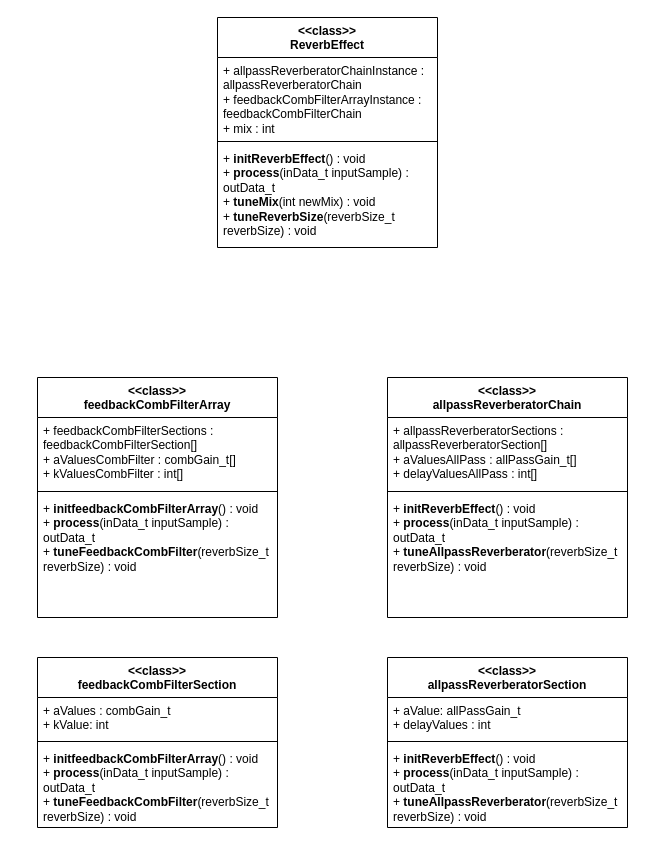
Earlier version of the draw.io diagram page "Class diagram" (2 of 3) of diagrams/REVERB.drawio (ClaesJensen/ERTS_Project_E24). Source tidied: cells renumbered, new cells numbered last; positions are measured from the earlier drawing's top-left corner, leaving out a move shared by most shapes. Both pictures are drawn from the tidied source at 100%, with x=0, y=0 at pixel (37, 17).
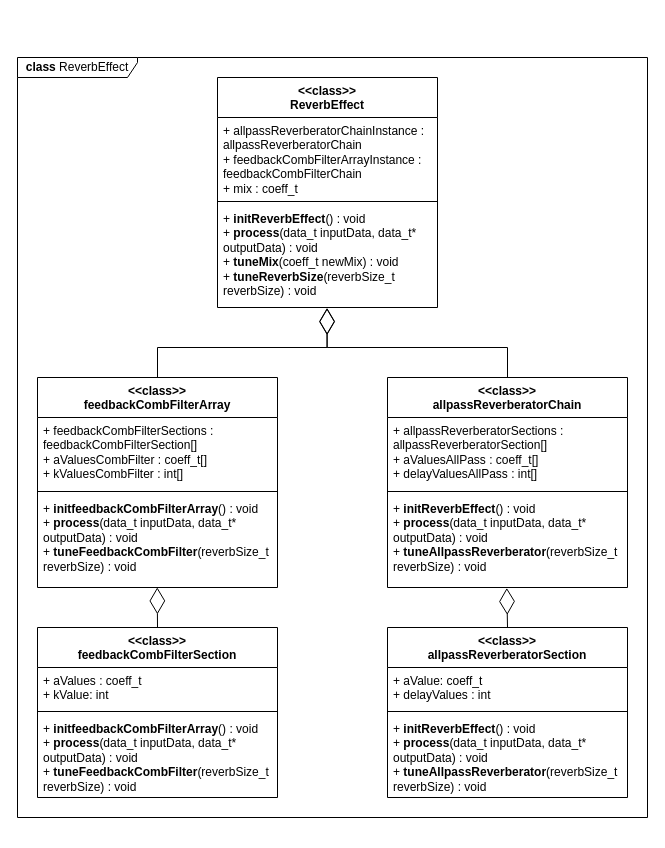
Above is the later version.

Commit message (it also covers changes not shown here):
newest reverb stuff

The edit, as a diff of the source:
```diff
@@
     <mxCell id="2" value="&amp;lt;&amp;lt;class&amp;gt;&amp;gt;&lt;br&gt;ReverbEffect" style="swimlane;fontStyle=1;align=center;verticalAlign=top;horizontal=1;startSize=40;whiteSpace=wrap;html=1;" parent="1" vertex="1">
-      <mxGeometry x="180" width="220" height="230" as="geometry" />
+      <mxGeometry x="180" y="60" width="220" height="230" as="geometry" />
     </mxCell>
-    <mxCell id="3" value="+ allpassReverberatorChainInstance : allpassReverberatorChain&lt;div&gt;+ feedbackCombFilterArrayInstance : feedbackCombFilterChain&lt;/div&gt;&lt;div&gt;+ mix : int&amp;nbsp;&lt;/div&gt;" style="text;strokeColor=none;fillColor=none;align=left;verticalAlign=top;spacingLeft=4;spacingRight=4;overflow=hidden;whiteSpace=wrap;html=1;" parent="2" vertex="1">
+    <mxCell id="3" value="+ allpassReverberatorChainInstance : allpassReverberatorChain&lt;div&gt;+ feedbackCombFilterArrayInstance : feedbackCombFilterChain&lt;/div&gt;&lt;div&gt;+ mix : coeff_t&amp;nbsp;&lt;/div&gt;" style="text;strokeColor=none;fillColor=none;align=left;verticalAlign=top;spacingLeft=4;spacingRight=4;overflow=hidden;whiteSpace=wrap;html=1;" parent="2" vertex="1">
       <mxGeometry y="40" width="220" height="80" as="geometry" />
     </mxCell>
@@
-    <mxCell id="5" value="+&amp;nbsp;&lt;b&gt;initReverbEffect&lt;/b&gt;() : void&lt;div&gt;+&amp;nbsp;&lt;b&gt;process&lt;/b&gt;(inData_t inputSample) : outData_t&lt;/div&gt;&lt;div&gt;+ &lt;b&gt;tuneMix&lt;/b&gt;(int newMix) : void&lt;/div&gt;&lt;div&gt;+ &lt;b&gt;tuneReverbSize&lt;/b&gt;(reverbSize_t reverbSize) : void&lt;/div&gt;" style="text;strokeColor=none;fillColor=none;align=left;verticalAlign=top;spacingLeft=4;spacingRight=4;overflow=hidden;points=[[0,0.5],[1,0.5]];portConstraint=eastwest;whiteSpace=wrap;html=1;" parent="2" vertex="1">
+    <mxCell id="5" value="+&amp;nbsp;&lt;b&gt;initReverbEffect&lt;/b&gt;() : void&lt;div&gt;+&amp;nbsp;&lt;b&gt;process&lt;/b&gt;(data_t inputData, data_t* outputData) : void&lt;/div&gt;&lt;div&gt;+ &lt;b&gt;tuneMix&lt;/b&gt;(coeff_t newMix) : void&lt;/div&gt;&lt;div&gt;+ &lt;b&gt;tuneReverbSize&lt;/b&gt;(reverbSize_t reverbSize) : void&lt;/div&gt;" style="text;strokeColor=none;fillColor=none;align=left;verticalAlign=top;spacingLeft=4;spacingRight=4;overflow=hidden;points=[[0,0.5],[1,0.5]];portConstraint=eastwest;whiteSpace=wrap;html=1;" parent="2" vertex="1">
       <mxGeometry y="128" width="220" height="102" as="geometry" />
     </mxCell>
     <mxCell id="6" value="&amp;lt;&amp;lt;class&amp;gt;&amp;gt;&lt;br&gt;feedbackCombFilterArray" style="swimlane;fontStyle=1;align=center;verticalAlign=top;horizontal=1;startSize=40;whiteSpace=wrap;html=1;" parent="1" vertex="1">
-      <mxGeometry y="360" width="240" height="240" as="geometry" />
+      <mxGeometry y="360" width="240" height="210" as="geometry" />
     </mxCell>
-    <mxCell id="7" value="&lt;div&gt;+ feedbackCombFilterSections : feedbackCombFilterSection[]&lt;/div&gt;&lt;div&gt;+ aValuesCombFilter : combGain_t[]&lt;/div&gt;&lt;div&gt;+ kValuesCombFilter : int[]&lt;/div&gt;" style="text;strokeColor=none;fillColor=none;align=left;verticalAlign=top;spacingLeft=4;spacingRight=4;overflow=hidden;whiteSpace=wrap;html=1;" parent="6" vertex="1">
+    <mxCell id="7" value="&lt;div&gt;+ feedbackCombFilterSections : feedbackCombFilterSection[]&lt;/div&gt;&lt;div&gt;+ aValuesCombFilter : coeff_t[]&lt;/div&gt;&lt;div&gt;+ kValuesCombFilter : int[]&lt;/div&gt;" style="text;strokeColor=none;fillColor=none;align=left;verticalAlign=top;spacingLeft=4;spacingRight=4;overflow=hidden;whiteSpace=wrap;html=1;" parent="6" vertex="1">
       <mxGeometry y="40" width="240" height="70" as="geometry" />
     </mxCell>
@@
-    <mxCell id="9" value="+&amp;nbsp;&lt;b&gt;initfeedbackCombFilterArray&lt;/b&gt;() : void&lt;div&gt;+&amp;nbsp;&lt;b&gt;process&lt;/b&gt;(inData_t inputSample) : outData_t&lt;/div&gt;&lt;div&gt;+ &lt;b&gt;tuneFeedbackCombFilter&lt;/b&gt;(reverbSize_t reverbSize) : void&lt;/div&gt;" style="text;strokeColor=none;fillColor=none;align=left;verticalAlign=top;spacingLeft=4;spacingRight=4;overflow=hidden;points=[[0,0.5],[1,0.5]];portConstraint=eastwest;whiteSpace=wrap;html=1;" parent="6" vertex="1">
-      <mxGeometry y="118" width="240" height="122" as="geometry" />
+    <mxCell id="9" value="+&amp;nbsp;&lt;b&gt;initfeedbackCombFilterArray&lt;/b&gt;() : void&lt;div&gt;+&amp;nbsp;&lt;b&gt;process&lt;/b&gt;(data_t inputData, data_t* outputData) : void&lt;/div&gt;&lt;div&gt;+ &lt;b&gt;tuneFeedbackCombFilter&lt;/b&gt;(reverbSize_t reverbSize) : void&lt;/div&gt;" style="text;strokeColor=none;fillColor=none;align=left;verticalAlign=top;spacingLeft=4;spacingRight=4;overflow=hidden;points=[[0,0.5],[1,0.5]];portConstraint=eastwest;whiteSpace=wrap;html=1;" parent="6" vertex="1">
+      <mxGeometry y="118" width="240" height="92" as="geometry" />
     </mxCell>
     <mxCell id="10" value="&amp;lt;&amp;lt;class&amp;gt;&amp;gt;&lt;br&gt;allpassReverberatorChain" style="swimlane;fontStyle=1;align=center;verticalAlign=top;horizontal=1;startSize=40;whiteSpace=wrap;html=1;" parent="1" vertex="1">
-      <mxGeometry x="350" y="360" width="240" height="240" as="geometry" />
+      <mxGeometry x="350" y="360" width="240" height="210" as="geometry" />
     </mxCell>
-    <mxCell id="11" value="+ allpassReverberatorSections : allpassReverberatorSection[]&lt;div&gt;+ aValuesAllPass : allPassGain_t[]&lt;/div&gt;&lt;div&gt;+ delayValuesAllPass : int[]&lt;/div&gt;" style="text;strokeColor=none;fillColor=none;align=left;verticalAlign=top;spacingLeft=4;spacingRight=4;overflow=hidden;whiteSpace=wrap;html=1;" parent="10" vertex="1">
+    <mxCell id="11" value="+ allpassReverberatorSections : allpassReverberatorSection[]&lt;div&gt;+ aValuesAllPass : coeff_t[]&lt;/div&gt;&lt;div&gt;+ delayValuesAllPass : int[]&lt;/div&gt;" style="text;strokeColor=none;fillColor=none;align=left;verticalAlign=top;spacingLeft=4;spacingRight=4;overflow=hidden;whiteSpace=wrap;html=1;" parent="10" vertex="1">
       <mxGeometry y="40" width="240" height="70" as="geometry" />
     </mxCell>
@@
-    <mxCell id="13" value="+&amp;nbsp;&lt;b&gt;initReverbEffect&lt;/b&gt;() : void&lt;div&gt;+&amp;nbsp;&lt;b&gt;process&lt;/b&gt;(inData_t inputSample) : outData_t&lt;/div&gt;&lt;div&gt;+&amp;nbsp;&lt;b&gt;tuneAllpassReverberator&lt;/b&gt;(reverbSize_t reverbSize) : void&lt;/div&gt;" style="text;strokeColor=none;fillColor=none;align=left;verticalAlign=top;spacingLeft=4;spacingRight=4;overflow=hidden;points=[[0,0.5],[1,0.5]];portConstraint=eastwest;whiteSpace=wrap;html=1;" parent="10" vertex="1">
-      <mxGeometry y="118" width="240" height="122" as="geometry" />
+    <mxCell id="13" value="+&amp;nbsp;&lt;b&gt;initReverbEffect&lt;/b&gt;() : void&lt;div&gt;+&amp;nbsp;&lt;b&gt;process&lt;/b&gt;(data_t inputData, data_t* outputData) : void&lt;/div&gt;&lt;div&gt;+&amp;nbsp;&lt;b&gt;tuneAllpassReverberator&lt;/b&gt;(reverbSize_t reverbSize) : void&lt;/div&gt;" style="text;strokeColor=none;fillColor=none;align=left;verticalAlign=top;spacingLeft=4;spacingRight=4;overflow=hidden;points=[[0,0.5],[1,0.5]];portConstraint=eastwest;whiteSpace=wrap;html=1;" parent="10" vertex="1">
+      <mxGeometry y="118" width="240" height="92" as="geometry" />
     </mxCell>
     <mxCell id="14" value="&amp;lt;&amp;lt;class&amp;gt;&amp;gt;&lt;br&gt;feedbackCombFilterSection" style="swimlane;fontStyle=1;align=center;verticalAlign=top;horizontal=1;startSize=40;whiteSpace=wrap;html=1;" parent="1" vertex="1">
-      <mxGeometry y="640" width="240" height="170" as="geometry" />
+      <mxGeometry y="610" width="240" height="170" as="geometry" />
     </mxCell>
-    <mxCell id="15" value="&lt;div&gt;&lt;span style=&quot;background-color: initial;&quot;&gt;+ aValues : combGain_t&lt;/span&gt;&lt;br&gt;&lt;/div&gt;&lt;div&gt;+ kValue: int&lt;/div&gt;" style="text;strokeColor=none;fillColor=none;align=left;verticalAlign=top;spacingLeft=4;spacingRight=4;overflow=hidden;whiteSpace=wrap;html=1;" parent="14" vertex="1">
+    <mxCell id="15" value="&lt;div&gt;&lt;span style=&quot;background-color: initial;&quot;&gt;+ aValues : coeff_t&lt;/span&gt;&lt;br&gt;&lt;/div&gt;&lt;div&gt;+ kValue: int&lt;/div&gt;" style="text;strokeColor=none;fillColor=none;align=left;verticalAlign=top;spacingLeft=4;spacingRight=4;overflow=hidden;whiteSpace=wrap;html=1;" parent="14" vertex="1">
       <mxGeometry y="40" width="240" height="40" as="geometry" />
     </mxCell>
@@
-    <mxCell id="17" value="+&amp;nbsp;&lt;b&gt;initfeedbackCombFilterArray&lt;/b&gt;() : void&lt;div&gt;+&amp;nbsp;&lt;b&gt;process&lt;/b&gt;(inData_t inputSample) : outData_t&lt;/div&gt;&lt;div&gt;+ &lt;b&gt;tuneFeedbackCombFilter&lt;/b&gt;(reverbSize_t reverbSize) : void&lt;/div&gt;" style="text;strokeColor=none;fillColor=none;align=left;verticalAlign=top;spacingLeft=4;spacingRight=4;overflow=hidden;whiteSpace=wrap;html=1;" parent="14" vertex="1">
+    <mxCell id="17" value="+&amp;nbsp;&lt;b&gt;initfeedbackCombFilterArray&lt;/b&gt;() : void&lt;div&gt;+&amp;nbsp;&lt;b&gt;process&lt;/b&gt;(data_t inputData, data_t* outputData) : void&lt;/div&gt;&lt;div&gt;+ &lt;b&gt;tuneFeedbackCombFilter&lt;/b&gt;(reverbSize_t reverbSize) : void&lt;/div&gt;" style="text;strokeColor=none;fillColor=none;align=left;verticalAlign=top;spacingLeft=4;spacingRight=4;overflow=hidden;whiteSpace=wrap;html=1;" parent="14" vertex="1">
       <mxGeometry y="88" width="240" height="82" as="geometry" />
     </mxCell>
     <mxCell id="18" value="&amp;lt;&amp;lt;class&amp;gt;&amp;gt;&lt;br&gt;allpassReverberatorSection" style="swimlane;fontStyle=1;align=center;verticalAlign=top;horizontal=1;startSize=40;whiteSpace=wrap;html=1;" parent="1" vertex="1">
-      <mxGeometry x="350" y="640" width="240" height="170" as="geometry" />
+      <mxGeometry x="350" y="610" width="240" height="170" as="geometry" />
     </mxCell>
-    <mxCell id="19" value="&lt;div&gt;+ aValue: allPassGain_t&lt;/div&gt;&lt;div&gt;+ delayValues : int&lt;/div&gt;" style="text;strokeColor=none;fillColor=none;align=left;verticalAlign=top;spacingLeft=4;spacingRight=4;overflow=hidden;whiteSpace=wrap;html=1;" parent="18" vertex="1">
+    <mxCell id="19" value="&lt;div&gt;+ aValue: coeff_t&lt;/div&gt;&lt;div&gt;+ delayValues : int&lt;/div&gt;" style="text;strokeColor=none;fillColor=none;align=left;verticalAlign=top;spacingLeft=4;spacingRight=4;overflow=hidden;whiteSpace=wrap;html=1;" parent="18" vertex="1">
       <mxGeometry y="40" width="240" height="40" as="geometry" />
     </mxCell>
@@
-    <mxCell id="21" value="+&amp;nbsp;&lt;b&gt;initReverbEffect&lt;/b&gt;() : void&lt;div&gt;+&amp;nbsp;&lt;b&gt;process&lt;/b&gt;(inData_t inputSample) : outData_t&lt;/div&gt;&lt;div&gt;+&amp;nbsp;&lt;b&gt;tuneAllpassReverberator&lt;/b&gt;(reverbSize_t reverbSize) : void&lt;/div&gt;" style="text;strokeColor=none;fillColor=none;align=left;verticalAlign=top;spacingLeft=4;spacingRight=4;overflow=hidden;whiteSpace=wrap;html=1;" parent="18" vertex="1">
+    <mxCell id="21" value="+&amp;nbsp;&lt;b&gt;initReverbEffect&lt;/b&gt;() : void&lt;div&gt;+&amp;nbsp;&lt;b&gt;process&lt;/b&gt;(data_t inputData, data_t* outputData) : void&lt;/div&gt;&lt;div&gt;+&amp;nbsp;&lt;b&gt;tuneAllpassReverberator&lt;/b&gt;(reverbSize_t reverbSize) : void&lt;/div&gt;" style="text;strokeColor=none;fillColor=none;align=left;verticalAlign=top;spacingLeft=4;spacingRight=4;overflow=hidden;whiteSpace=wrap;html=1;" parent="18" vertex="1">
       <mxGeometry y="88" width="240" height="82" as="geometry" />
     </mxCell>
+    <mxCell id="22" style="endArrow=diamondThin;endFill=0;endSize=24;html=1;rounded=0;entryX=0.499;entryY=0.999;entryDx=0;entryDy=0;entryPerimeter=0;exitX=0.5;exitY=0;exitDx=0;exitDy=0;" parent="1" edge="1" source="14" target="9">
+      <mxGeometry relative="1" as="geometry" />
+    </mxCell>
+    <mxCell id="23" style="endArrow=diamondThin;endFill=0;endSize=24;html=1;rounded=0;entryX=0.497;entryY=1.005;entryDx=0;entryDy=0;entryPerimeter=0;exitX=0.5;exitY=0;exitDx=0;exitDy=0;" parent="1" edge="1" source="18" target="13">
+      <mxGeometry relative="1" as="geometry" />
+    </mxCell>
+    <mxCell id="24" style="endArrow=diamondThin;endFill=0;endSize=24;html=1;rounded=0;entryX=0.498;entryY=1.008;entryDx=0;entryDy=0;entryPerimeter=0;exitX=0.5;exitY=0;exitDx=0;exitDy=0;edgeStyle=orthogonalEdgeStyle;" parent="1" edge="1" source="6" target="5">
+      <mxGeometry relative="1" as="geometry">
+        <Array as="points">
+          <mxPoint x="120" y="330" />
+          <mxPoint x="290" y="330" />
+        </Array>
+      </mxGeometry>
+    </mxCell>
+    <mxCell id="25" style="endArrow=diamondThin;endFill=0;endSize=24;html=1;rounded=0;entryX=0.498;entryY=1.003;entryDx=0;entryDy=0;entryPerimeter=0;exitX=0.5;exitY=0;exitDx=0;exitDy=0;edgeStyle=orthogonalEdgeStyle;" parent="1" edge="1" source="10" target="5">
+      <mxGeometry relative="1" as="geometry">
+        <Array as="points">
+          <mxPoint x="470" y="330" />
+          <mxPoint x="290" y="330" />
+        </Array>
+      </mxGeometry>
+    </mxCell>
+    <mxCell id="26" value="&lt;b&gt;class &lt;/b&gt;ReverbEffect" style="shape=umlFrame;whiteSpace=wrap;html=1;width=120;height=20;" parent="1" vertex="1">
+      <mxGeometry x="-20" y="40" width="630" height="760" as="geometry" />
+    </mxCell>
```
